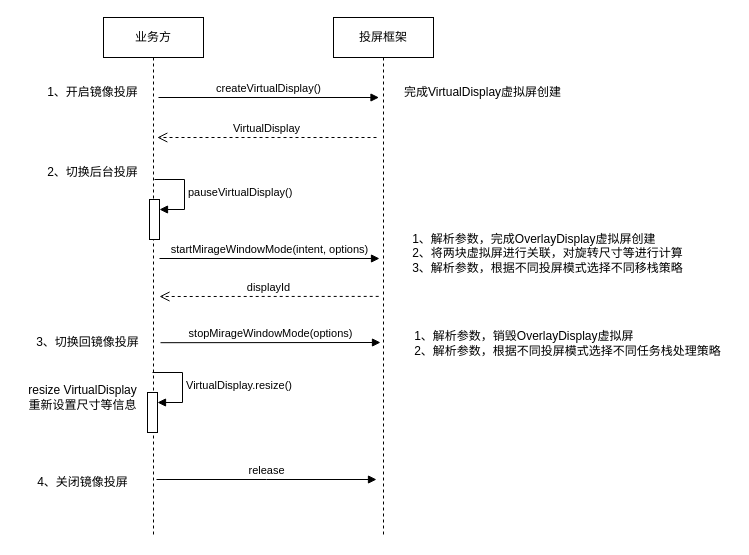
jcj123/- keeps this draw.io diagram as 老投屏方案交互图.drawio. Above is the earlier version. Source tidied: cells renumbered, new cells numbered last; positions are measured from the earlier drawing's top-left corner, leaving out a move shared by most shapes. Both pictures are drawn from the tidied source at 100%, with x=0, y=0 at pixel (17, 17).
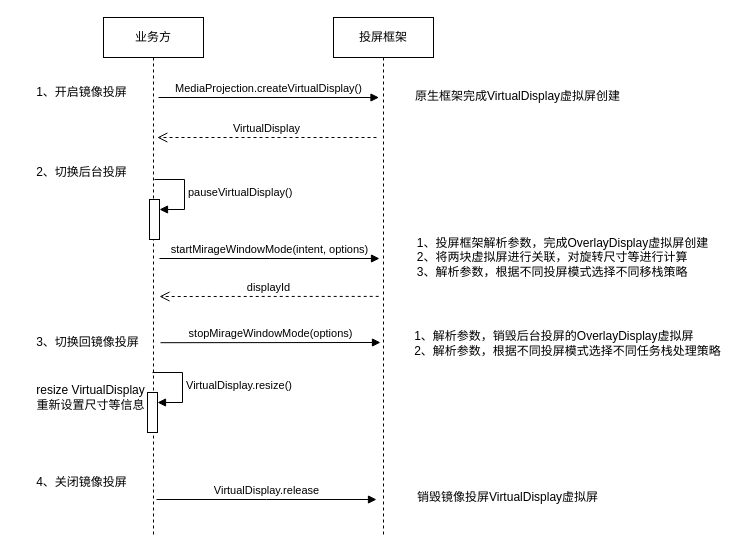
The same page after the edit.

Commit message:
更新老投屏方案交互图.drawio

What changed in the source:
```diff
@@
     <mxCell id="8" value="1、开启镜像投屏" style="text;html=1;align=center;verticalAlign=middle;strokeColor=none;fillColor=none;" parent="1" vertex="1">
-      <mxGeometry x="20" y="60" width="110" height="30" as="geometry" />
+      <mxGeometry x="9" y="60" width="110" height="30" as="geometry" />
     </mxCell>
-    <mxCell id="9" value="createVirtualDisplay()" style="html=1;verticalAlign=bottom;endArrow=block;edgeStyle=elbowEdgeStyle;elbow=vertical;curved=0;rounded=0;" parent="1" edge="1">
+    <mxCell id="9" value="MediaProjection.createVirtualDisplay()" style="html=1;verticalAlign=bottom;endArrow=block;edgeStyle=elbowEdgeStyle;elbow=vertical;curved=0;rounded=0;" parent="1" edge="1">
       <mxGeometry relative="1" as="geometry">
         <mxPoint x="141" y="80" as="sourcePoint" />
         <mxPoint x="361.5" y="79.8" as="targetPoint" />
       </mxGeometry>
     </mxCell>
-    <mxCell id="10" value="完成VirtualDisplay虚拟屏创建" style="text;html=1;align=center;verticalAlign=middle;strokeColor=none;fillColor=none;" parent="1" vertex="1">
-      <mxGeometry x="375" y="60" width="180" height="30" as="geometry" />
+    <mxCell id="10" value="原生框架完成VirtualDisplay虚拟屏创建" style="text;html=1;align=center;verticalAlign=middle;strokeColor=none;fillColor=none;" parent="1" vertex="1">
+      <mxGeometry x="385" y="64" width="230" height="30" as="geometry" />
     </mxCell>
@@
     <mxCell id="13" value="2、切换后台投屏" style="text;html=1;align=center;verticalAlign=middle;strokeColor=none;fillColor=none;" parent="1" vertex="1">
-      <mxGeometry x="20" y="140" width="110" height="30" as="geometry" />
+      <mxGeometry x="9" y="140" width="110" height="30" as="geometry" />
     </mxCell>
-    <mxCell id="14" value="&lt;div style=&quot;text-align: left;&quot;&gt;&lt;span style=&quot;background-color: initial;&quot;&gt;1、解析参数，完成OverlayDisplay虚拟屏创建&lt;/span&gt;&lt;/div&gt;&lt;div style=&quot;text-align: left;&quot;&gt;&lt;span style=&quot;background-color: initial;&quot;&gt;2、将两块虚拟屏进行关联，对旋转尺寸等进行计算&lt;/span&gt;&lt;/div&gt;&lt;div style=&quot;text-align: left;&quot;&gt;&lt;span style=&quot;background-color: initial;&quot;&gt;3、解析参数，根据不同投屏模式选择不同移栈策略&lt;/span&gt;&lt;/div&gt;" style="text;html=1;align=center;verticalAlign=middle;strokeColor=none;fillColor=none;" parent="1" vertex="1">
-      <mxGeometry x="385" y="206" width="290" height="60" as="geometry" />
+    <mxCell id="14" value="&lt;div style=&quot;text-align: left;&quot;&gt;&lt;span style=&quot;background-color: initial;&quot;&gt;1、投屏框架解析参数，完成OverlayDisplay虚拟屏创建&lt;/span&gt;&lt;/div&gt;&lt;div style=&quot;text-align: left;&quot;&gt;&lt;span style=&quot;background-color: initial;&quot;&gt;2、将两块虚拟屏进行关联，对旋转尺寸等进行计算&lt;/span&gt;&lt;/div&gt;&lt;div style=&quot;text-align: left;&quot;&gt;&lt;span style=&quot;background-color: initial;&quot;&gt;3、解析参数，根据不同投屏模式选择不同移栈策略&lt;/span&gt;&lt;/div&gt;" style="text;html=1;align=center;verticalAlign=middle;strokeColor=none;fillColor=none;" parent="1" vertex="1">
+      <mxGeometry x="390" y="210" width="310" height="60" as="geometry" />
     </mxCell>
@@
-    <mxCell id="18" value="&lt;div style=&quot;text-align: left;&quot;&gt;&lt;span style=&quot;background-color: initial;&quot;&gt;1、解析参数，销毁OverlayDisplay虚拟屏&lt;/span&gt;&lt;/div&gt;&lt;div style=&quot;text-align: left;&quot;&gt;&lt;span style=&quot;background-color: initial;&quot;&gt;2、解析参数，根据不同投屏模式选择不同任务栈处理策略&lt;/span&gt;&lt;/div&gt;" style="text;html=1;align=center;verticalAlign=middle;strokeColor=none;fillColor=none;" parent="1" vertex="1">
+    <mxCell id="18" value="&lt;div style=&quot;text-align: left;&quot;&gt;&lt;span style=&quot;background-color: initial;&quot;&gt;1、解析参数，销毁后台投屏的OverlayDisplay虚拟屏&lt;/span&gt;&lt;/div&gt;&lt;div style=&quot;text-align: left;&quot;&gt;&lt;span style=&quot;background-color: initial;&quot;&gt;2、解析参数，根据不同投屏模式选择不同任务栈处理策略&lt;/span&gt;&lt;/div&gt;" style="text;html=1;align=center;verticalAlign=middle;strokeColor=none;fillColor=none;" parent="1" vertex="1">
       <mxGeometry x="385" y="306" width="330" height="40" as="geometry" />
     </mxCell>
     <mxCell id="19" value="resize VirtualDisplay&lt;br&gt;重新设置尺寸等信息" style="text;html=1;align=center;verticalAlign=middle;strokeColor=none;fillColor=none;" parent="1" vertex="1">
-      <mxGeometry y="360" width="130" height="40" as="geometry" />
+      <mxGeometry x="8" y="360" width="130" height="40" as="geometry" />
     </mxCell>
     <mxCell id="20" value="4、关闭镜像投屏" style="text;html=1;align=center;verticalAlign=middle;strokeColor=none;fillColor=none;" parent="1" vertex="1">
-      <mxGeometry x="10" y="450" width="110" height="30" as="geometry" />
+      <mxGeometry x="9" y="450" width="110" height="30" as="geometry" />
     </mxCell>
-    <mxCell id="21" value="release" style="html=1;verticalAlign=bottom;endArrow=block;edgeStyle=elbowEdgeStyle;elbow=vertical;curved=0;rounded=0;" parent="1" edge="1">
+    <mxCell id="21" value="VirtualDisplay.release" style="html=1;verticalAlign=bottom;endArrow=block;edgeStyle=elbowEdgeStyle;elbow=vertical;curved=0;rounded=0;" parent="1" edge="1">
       <mxGeometry relative="1" as="geometry">
-        <mxPoint x="139" y="462" as="sourcePoint" />
-        <mxPoint x="359" y="462" as="targetPoint" />
+        <mxPoint x="139" y="482" as="sourcePoint" />
+        <mxPoint x="359" y="482" as="targetPoint" />
       </mxGeometry>
     </mxCell>
+    <mxCell id="22" value="销毁镜像投屏VirtualDisplay虚拟屏" style="text;html=1;align=center;verticalAlign=middle;strokeColor=none;fillColor=none;" parent="1" vertex="1">
+      <mxGeometry x="390" y="465" width="200" height="30" as="geometry" />
+    </mxCell>
```
